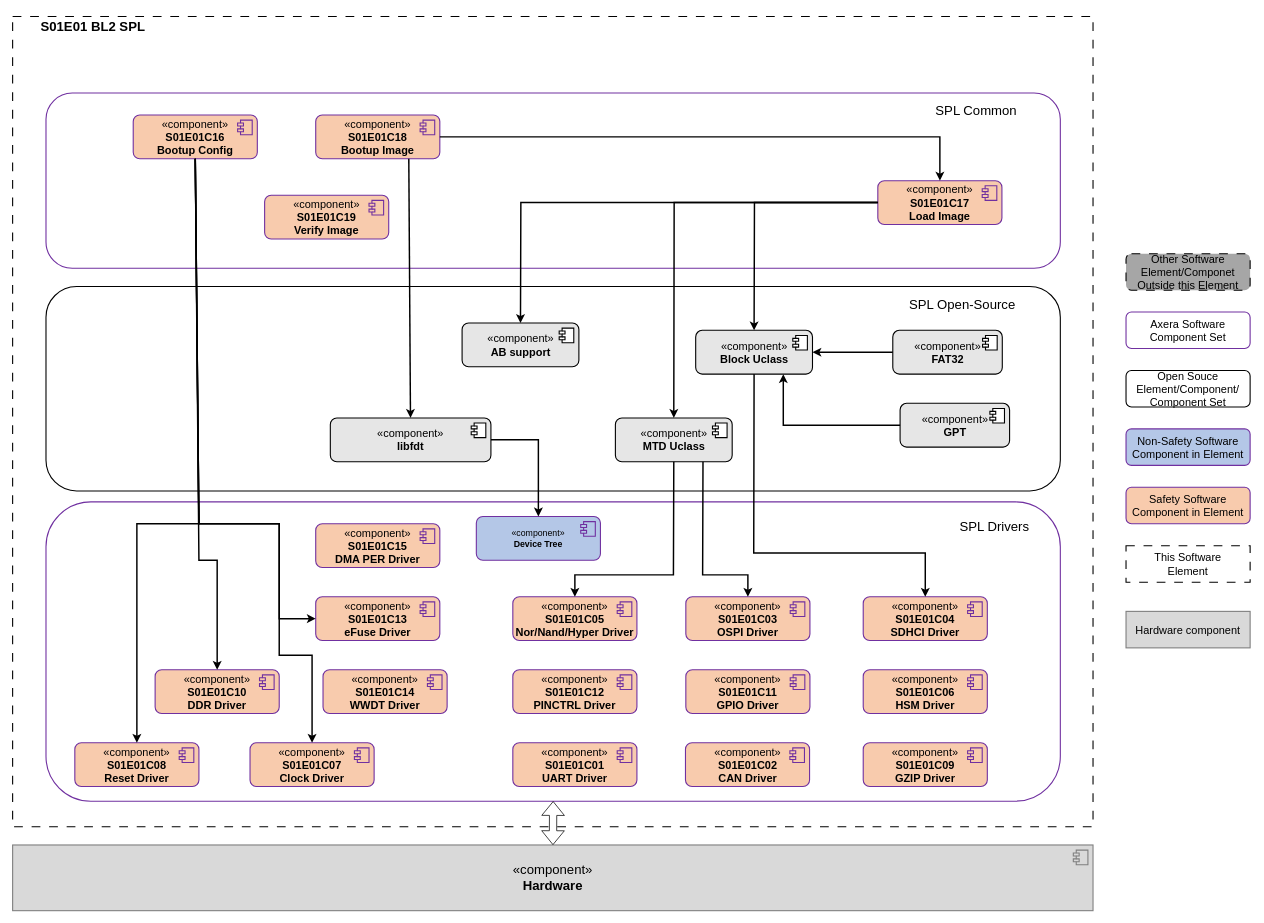
chasinglulu/tools keeps this draw.io diagram as drawio/spl-components.drawio. Above is the earlier version. Source tidied: cells renumbered, new cells numbered last; positions are measured from the earlier drawing's top-left corner, leaving out a move shared by most shapes. Both pictures are drawn from the tidied source at 73%, with x=0, y=0 at pixel (12, 12).
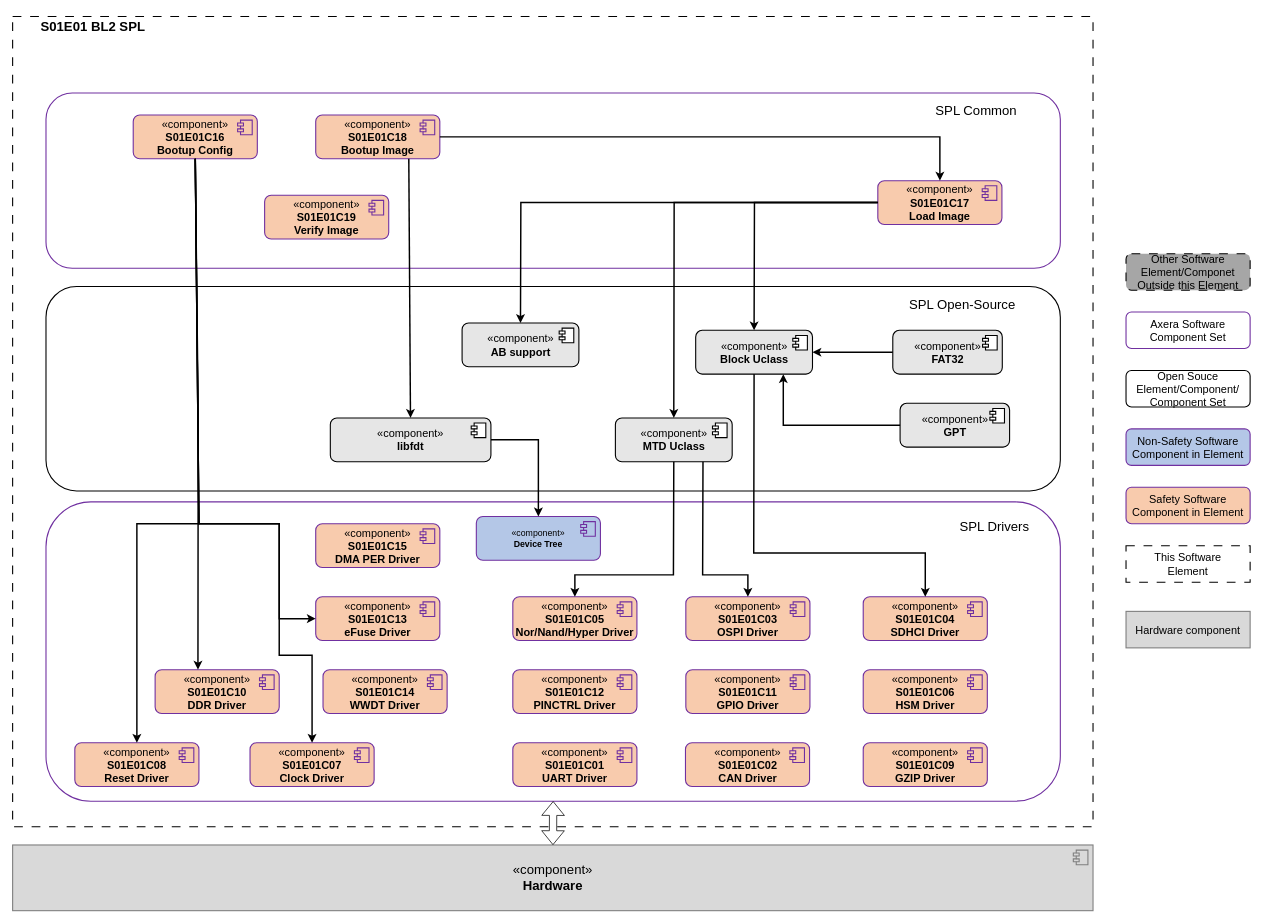
Above is the later version.

The change refers to these unchanged cells:
```xml
<mxCell id="24" value="«component&lt;span style=&quot;background-color: initial; font-size: 15px;&quot;&gt;»&lt;/span&gt;&lt;div style=&quot;font-size: 15px;&quot;&gt;&lt;b style=&quot;font-size: 15px;&quot;&gt;S01E01C10&lt;/b&gt;&lt;/div&gt;&lt;div style=&quot;font-size: 15px;&quot;&gt;&lt;b style=&quot;background-color: initial;&quot;&gt;DDR Driver&lt;/b&gt;&lt;/div&gt;" style="html=1;whiteSpace=wrap;rounded=1;strokeColor=#7030a0;strokeWidth=1.5;align=center;verticalAlign=middle;fontFamily=Helvetica;fontSize=15;fontColor=default;fillColor=#f8cbad;" parent="1" vertex="1">
  <mxGeometry x="195" y="900" width="170" height="60" as="geometry" />
</mxCell>
<mxCell id="59" value="«component&lt;span style=&quot;background-color: initial; font-size: 15px;&quot;&gt;»&lt;/span&gt;&lt;div style=&quot;font-size: 15px;&quot;&gt;&lt;b style=&quot;font-size: 15px;&quot;&gt;S01E01C16&lt;/b&gt;&lt;/div&gt;&lt;div style=&quot;font-size: 15px;&quot;&gt;&lt;b style=&quot;font-size: 15px;&quot;&gt;Bootup Config&lt;/b&gt;&lt;/div&gt;" style="html=1;whiteSpace=wrap;rounded=1;strokeColor=#7030a0;strokeWidth=1.5;align=center;verticalAlign=middle;fontFamily=Helvetica;fontSize=15;fontColor=default;fillColor=#f8cbad;" parent="1" vertex="1">
  <mxGeometry x="165" y="140" width="170" height="60" as="geometry" />
</mxCell>
```

The edit, as a diff of the source:
```diff
@@
-    <mxCell id="84" style="endArrow=classic;html=1;rounded=0;entryX=0.5;entryY=0;entryDx=0;entryDy=0;exitX=0.5;exitY=1;exitDx=0;exitDy=0;strokeWidth=2;" parent="1" edge="1" source="59" target="24">
+    <mxCell id="84" style="endArrow=classic;html=1;rounded=0;entryX=0.345;entryY=-0.003;entryDx=0;entryDy=0;exitX=0.5;exitY=1;exitDx=0;exitDy=0;strokeWidth=2;entryPerimeter=0;" parent="1" edge="1" source="59" target="24">
       <mxGeometry relative="1" as="geometry">
         <Array as="points">
-          <mxPoint x="255" y="750" />
-          <mxPoint x="280" y="750" />
+          <mxPoint x="254" y="550" />
         </Array>
       </mxGeometry>
     </mxCell>
```
